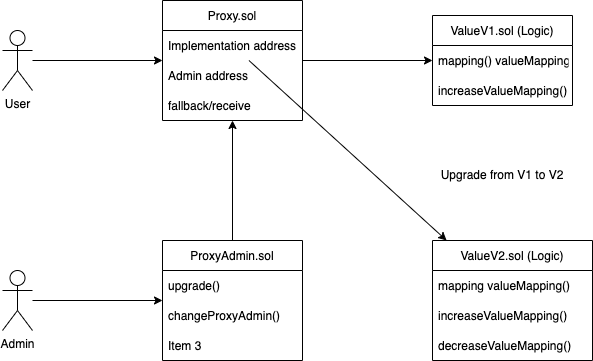
This is dflow.drawio.png from yvasilyev92/solidity-transparent-proxy-pattern, a draw.io export, as it was before one commit. Source tidied: cells renumbered, new cells last; positions are measured from the earlier drawing's top-left corner, leaving out a move shared by most shapes.
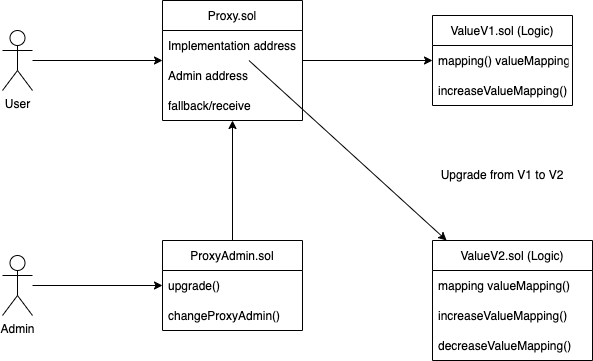
Above is the later version.

The edit, as a diff of the source:
```diff
@@ -6,7 +6,7 @@
       <mxGeometry relative="1" as="geometry" />
     </mxCell>
     <mxCell id="3" value="ProxyAdmin.sol" style="swimlane;fontStyle=0;horizontal=1;startSize=30;" parent="1" vertex="1">
-      <mxGeometry x="160" y="240" width="140" height="120" as="geometry" />
+      <mxGeometry x="160" y="240" width="140" height="90" as="geometry" />
     </mxCell>
     <mxCell id="4" value="upgrade() " style="text;strokeColor=none;fillColor=none;align=left;verticalAlign=middle;spacingLeft=4;spacingRight=4;overflow=hidden;" parent="3" vertex="1">
       <mxGeometry y="30" width="140" height="30" as="geometry" />
@@ -14,9 +14,6 @@
     <mxCell id="5" value="changeProxyAdmin()" style="text;strokeColor=none;fillColor=none;align=left;verticalAlign=middle;spacingLeft=4;spacingRight=4;overflow=hidden;" parent="3" vertex="1">
       <mxGeometry y="60" width="140" height="30" as="geometry" />
     </mxCell>
-    <mxCell id="6" value="Item 3" style="text;strokeColor=none;fillColor=none;align=left;verticalAlign=middle;spacingLeft=4;spacingRight=4;overflow=hidden;" parent="3" vertex="1">
-      <mxGeometry y="90" width="140" height="30" as="geometry" />
-    </mxCell>
     <mxCell id="7" style="edgeStyle=none;html=1;" parent="1" edge="1" source="8" target="12">
       <mxGeometry relative="1" as="geometry" />
     </mxCell>
@@ -63,7 +60,7 @@
       <mxGeometry relative="1" as="geometry" />
     </mxCell>
     <mxCell id="22" value="Admin" style="shape=umlActor;verticalLabelPosition=bottom;verticalAlign=top;html=1;outlineConnect=0;" parent="1" vertex="1">
-      <mxGeometry y="270" width="30" height="60" as="geometry" />
+      <mxGeometry y="255" width="30" height="60" as="geometry" />
     </mxCell>
     <mxCell id="23" style="edgeStyle=none;html=1;" parent="1" edge="1" source="9" target="15">
       <mxGeometry relative="1" as="geometry" />
```
